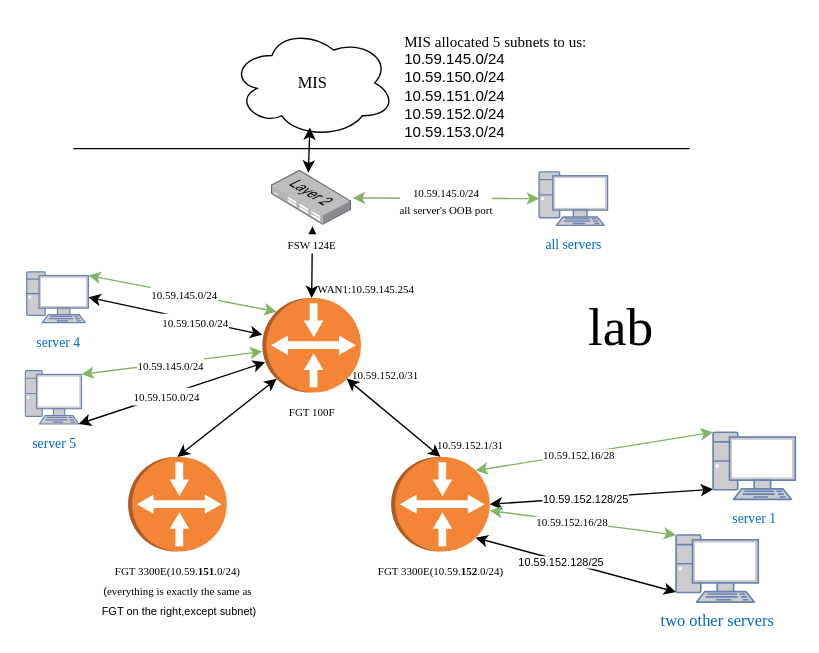
The draw.io diagram lab.drawio in PinoTsao/illustration, before the edit. Source tidied: cells renumbered, new cells numbered last; positions are measured from the earlier drawing's top-left corner, leaving out a move shared by most shapes. Both pictures are drawn from the tidied source at 137%, with x=0, y=0 at pixel (25, 23).
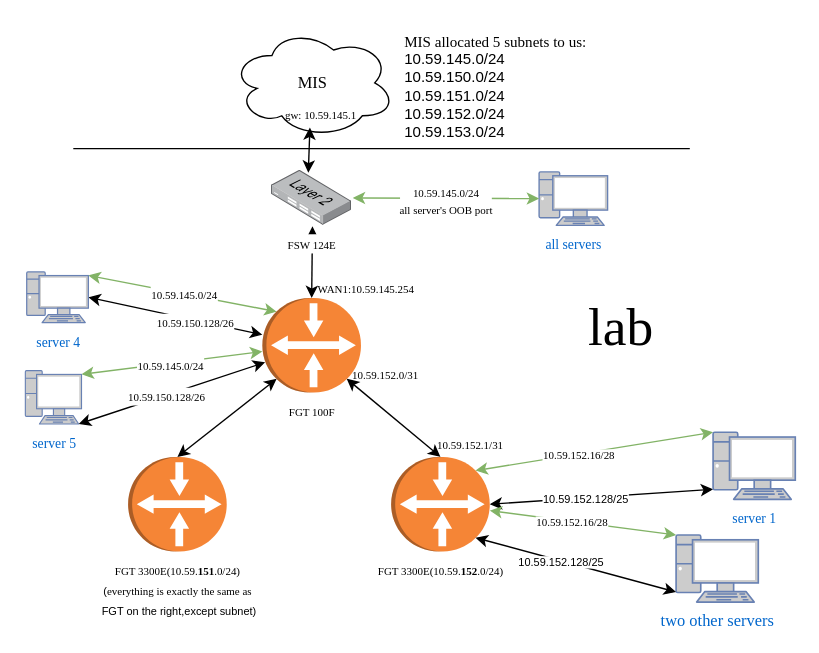
The same page after the edit.

Commit message:
correct zone-d biz subnet info & add MIS gw info

The change refers to these unchanged cells:
```xml
<mxCell id="9" style="endArrow=classic;startArrow=classic;html=1;rounded=0;exitX=1;exitY=0.5;exitDx=0;exitDy=0;exitPerimeter=0;" parent="1" edge="1" source="25" target="22">
  <mxGeometry relative="1" as="geometry" />
</mxCell>
<mxCell id="13" style="endArrow=classic;startArrow=classic;html=1;rounded=0;entryX=0.681;entryY=0.972;entryDx=0;entryDy=0;entryPerimeter=0;exitX=0.95;exitY=1;exitDx=0;exitDy=0;exitPerimeter=0;" parent="1" edge="1" source="24" target="22">
  <mxGeometry relative="1" as="geometry" />
</mxCell>
```

Change to the diagram source:
```diff
@@
-    <mxCell id="10" value="&lt;font style=&quot;font-size: 8px;&quot; face=&quot;Times New Roman&quot;&gt;10.59.150.0/24&lt;/font&gt;" style="edgeLabel;html=1;align=center;verticalAlign=middle;" parent="9" vertex="1">
+    <mxCell id="10" value="&lt;font style=&quot;font-size: 8px;&quot; face=&quot;Times New Roman&quot;&gt;10.59.150.128/26&lt;/font&gt;" style="edgeLabel;html=1;align=center;verticalAlign=middle;" parent="9" vertex="1">
       <mxGeometry x="0.21" y="-1" relative="1" as="geometry" />
     </mxCell>
@@
-    <mxCell id="14" value="&lt;font style=&quot;font-size: 8px;&quot; face=&quot;Times New Roman&quot;&gt;10.59.150.0/24&lt;/font&gt;" style="edgeLabel;html=1;align=center;verticalAlign=middle;" parent="13" vertex="1">
+    <mxCell id="14" value="&lt;font style=&quot;font-size: 8px;&quot; face=&quot;Times New Roman&quot;&gt;10.59.150.128/26&lt;/font&gt;" style="edgeLabel;html=1;align=center;verticalAlign=middle;" parent="13" vertex="1">
       <mxGeometry x="-0.07" y="-1" relative="1" as="geometry" />
     </mxCell>
@@
+    <mxCell id="40" value="&lt;font face=&quot;Times New Roman&quot; style=&quot;font-size: 8px;&quot;&gt;gw: 10.59.145.1&lt;/font&gt;" style="text;whiteSpace=wrap;html=1;" parent="1" vertex="1">
+      <mxGeometry x="188" y="52" width="60" height="20" as="geometry" />
+    </mxCell>
```
